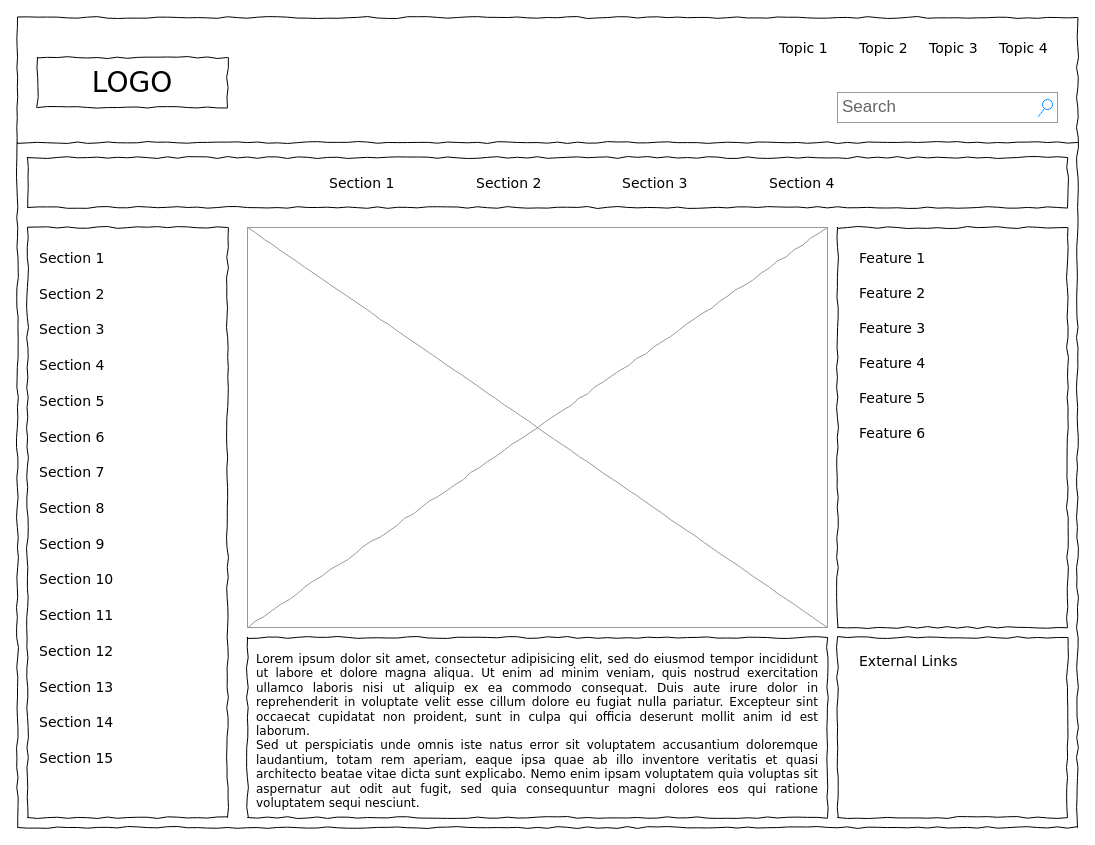
This is page "Page-1" (2 of 2) of gamer.drawio from goldmine/base, a draw.io file, before an edit. Source tidied: cells renumbered, new cells numbered last; positions are measured from the earlier drawing's top-left corner, leaving out a move shared by most shapes. Both pictures are drawn from the tidied source at 100%, with x=0, y=0 at pixel (17, 17).
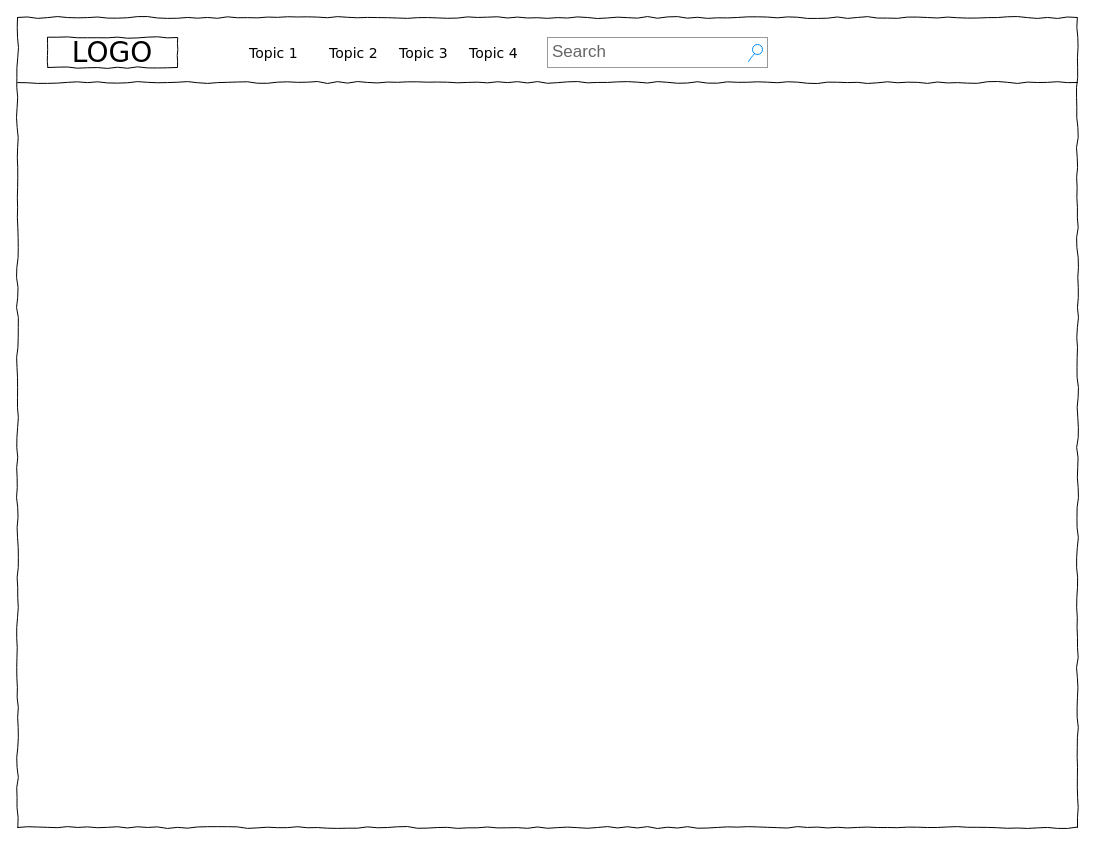
The same page after the edit.

What changed in the source:
```diff
@@
     <mxCell id="3" value="LOGO" style="whiteSpace=wrap;html=1;rounded=0;shadow=0;labelBackgroundColor=none;strokeWidth=1;fontFamily=Verdana;fontSize=28;align=center;comic=1;" parent="1" vertex="1">
-      <mxGeometry x="20" y="40" width="190" height="50" as="geometry" />
+      <mxGeometry x="30" y="20" width="130" height="30" as="geometry" />
     </mxCell>
     <mxCell id="4" value="Search" style="strokeWidth=1;shadow=0;dashed=0;align=center;html=1;shape=mxgraph.mockup.forms.searchBox;strokeColor=#999999;mainText=;strokeColor2=#008cff;fontColor=#666666;fontSize=17;align=left;spacingLeft=3;rounded=0;labelBackgroundColor=none;comic=1;" parent="1" vertex="1">
-      <mxGeometry x="820" y="75" width="220" height="30" as="geometry" />
+      <mxGeometry x="530" y="20" width="220" height="30" as="geometry" />
     </mxCell>
     <mxCell id="5" value="Topic 1" style="text;html=1;align=left;verticalAlign=top;spacingTop=-4;fontSize=14;fontFamily=Verdana;" parent="1" vertex="1">
-      <mxGeometry x="760" y="20" width="60" height="20" as="geometry" />
+      <mxGeometry x="230" y="25" width="60" height="20" as="geometry" />
     </mxCell>
     <mxCell id="6" value="Topic 2" style="text;html=1;align=left;verticalAlign=top;spacingTop=-4;fontSize=14;fontFamily=Verdana;" parent="1" vertex="1">
-      <mxGeometry x="840" y="20" width="60" height="20" as="geometry" />
+      <mxGeometry x="310" y="25" width="60" height="20" as="geometry" />
     </mxCell>
     <mxCell id="7" value="Topic 3" style="text;html=1;align=left;verticalAlign=top;spacingTop=-4;fontSize=14;fontFamily=Verdana;" parent="1" vertex="1">
-      <mxGeometry x="910" y="20" width="60" height="20" as="geometry" />
+      <mxGeometry x="380" y="25" width="60" height="20" as="geometry" />
     </mxCell>
     <mxCell id="8" value="Topic 4" style="text;html=1;align=left;verticalAlign=top;spacingTop=-4;fontSize=14;fontFamily=Verdana;" parent="1" vertex="1">
-      <mxGeometry x="980" y="20" width="60" height="20" as="geometry" />
+      <mxGeometry x="450" y="25" width="60" height="20" as="geometry" />
     </mxCell>
-    <mxCell id="9" style="whiteSpace=wrap;html=1;rounded=0;shadow=0;labelBackgroundColor=none;strokeWidth=1;fillColor=none;fontFamily=Verdana;fontSize=12;align=center;comic=1;" parent="1" vertex="1">
-      <mxGeometry x="10" y="210" width="200" height="590" as="geometry" />
-    </mxCell>
     <mxCell id="10" style="line;strokeWidth=1;html=1;rounded=0;shadow=0;labelBackgroundColor=none;fillColor=none;fontFamily=Verdana;fontSize=14;fontColor=#000000;align=center;comic=1;" parent="1" vertex="1">
-      <mxGeometry y="120" width="1060" height="10" as="geometry" />
+      <mxGeometry y="60" width="1060" height="10" as="geometry" />
     </mxCell>
-    <mxCell id="11" style="whiteSpace=wrap;html=1;rounded=0;shadow=0;labelBackgroundColor=none;strokeWidth=1;fillColor=none;fontFamily=Verdana;fontSize=12;align=center;comic=1;" parent="1" vertex="1">
-      <mxGeometry x="10" y="140" width="1040" height="50" as="geometry" />
-    </mxCell>
-    <mxCell id="12" value="Section 1" style="text;html=1;align=left;verticalAlign=top;spacingTop=-4;fontSize=14;fontFamily=Verdana;" parent="1" vertex="1">
-      <mxGeometry x="310" y="155" width="60" height="20" as="geometry" />
-    </mxCell>
-    <mxCell id="13" value="Section 2" style="text;html=1;align=left;verticalAlign=top;spacingTop=-4;fontSize=14;fontFamily=Verdana;" parent="1" vertex="1">
-      <mxGeometry x="457" y="155" width="60" height="20" as="geometry" />
-    </mxCell>
-    <mxCell id="14" value="Section 3" style="text;html=1;align=left;verticalAlign=top;spacingTop=-4;fontSize=14;fontFamily=Verdana;" parent="1" vertex="1">
-      <mxGeometry x="603" y="155" width="60" height="20" as="geometry" />
-    </mxCell>
-    <mxCell id="15" value="Section 4" style="text;html=1;align=left;verticalAlign=top;spacingTop=-4;fontSize=14;fontFamily=Verdana;" parent="1" vertex="1">
-      <mxGeometry x="750" y="155" width="60" height="20" as="geometry" />
-    </mxCell>
-    <mxCell id="16" value="&lt;div style=&quot;text-align: justify&quot;&gt;&lt;span&gt;Lorem ipsum dolor sit amet, consectetur adipisicing elit, sed do eiusmod tempor incididunt ut labore et dolore magna aliqua. Ut enim ad minim veniam, quis nostrud exercitation ullamco laboris nisi ut aliquip ex ea commodo consequat. Duis aute irure dolor in reprehenderit in voluptate velit esse cillum dolore eu fugiat nulla pariatur. Excepteur sint occaecat cupidatat non proident, sunt in culpa qui officia deserunt mollit anim id est laborum.&lt;/span&gt;&lt;/div&gt;&lt;div style=&quot;text-align: justify&quot;&gt;&lt;span&gt;Sed ut perspiciatis unde omnis iste natus error sit voluptatem accusantium doloremque laudantium, totam rem aperiam, eaque ipsa quae ab illo inventore veritatis et quasi architecto beatae vitae dicta sunt explicabo. Nemo enim ipsam voluptatem quia voluptas sit aspernatur aut odit aut fugit, sed quia consequuntur magni dolores eos qui ratione voluptatem sequi nesciunt.&amp;nbsp;&lt;/span&gt;&lt;/div&gt;" style="whiteSpace=wrap;html=1;rounded=0;shadow=0;labelBackgroundColor=none;strokeWidth=1;fillColor=none;fontFamily=Verdana;fontSize=12;align=center;verticalAlign=top;spacing=10;comic=1;" parent="1" vertex="1">
-      <mxGeometry x="230" y="620" width="580" height="180" as="geometry" />
-    </mxCell>
-    <mxCell id="17" style="verticalLabelPosition=bottom;shadow=0;dashed=0;align=center;html=1;verticalAlign=top;strokeWidth=1;shape=mxgraph.mockup.graphics.simpleIcon;strokeColor=#999999;rounded=0;labelBackgroundColor=none;fontFamily=Verdana;fontSize=14;fontColor=#000000;comic=1;" parent="1" vertex="1">
-      <mxGeometry x="230" y="210" width="580" height="400" as="geometry" />
-    </mxCell>
-    <mxCell id="18" style="whiteSpace=wrap;html=1;rounded=0;shadow=0;labelBackgroundColor=none;strokeWidth=1;fillColor=none;fontFamily=Verdana;fontSize=12;align=center;comic=1;" parent="1" vertex="1">
-      <mxGeometry x="820" y="210" width="230" height="400" as="geometry" />
-    </mxCell>
-    <mxCell id="19" style="whiteSpace=wrap;html=1;rounded=0;shadow=0;labelBackgroundColor=none;strokeWidth=1;fillColor=none;fontFamily=Verdana;fontSize=12;align=center;comic=1;" parent="1" vertex="1">
-      <mxGeometry x="820" y="620" width="230" height="180" as="geometry" />
-    </mxCell>
-    <mxCell id="20" value="Section 1" style="text;html=1;align=left;verticalAlign=top;spacingTop=-4;fontSize=14;fontFamily=Verdana;" parent="1" vertex="1">
-      <mxGeometry x="20" y="230" width="170" height="20" as="geometry" />
-    </mxCell>
-    <mxCell id="21" value="Section 2" style="text;html=1;align=left;verticalAlign=top;spacingTop=-4;fontSize=14;fontFamily=Verdana;" parent="1" vertex="1">
-      <mxGeometry x="20" y="266" width="170" height="20" as="geometry" />
-    </mxCell>
-    <mxCell id="22" value="Section 3" style="text;html=1;align=left;verticalAlign=top;spacingTop=-4;fontSize=14;fontFamily=Verdana;" parent="1" vertex="1">
-      <mxGeometry x="20" y="301" width="170" height="20" as="geometry" />
-    </mxCell>
-    <mxCell id="23" value="Section 4" style="text;html=1;align=left;verticalAlign=top;spacingTop=-4;fontSize=14;fontFamily=Verdana;" parent="1" vertex="1">
-      <mxGeometry x="20" y="337" width="170" height="20" as="geometry" />
-    </mxCell>
-    <mxCell id="24" value="Section 7" style="text;html=1;align=left;verticalAlign=top;spacingTop=-4;fontSize=14;fontFamily=Verdana;" parent="1" vertex="1">
-      <mxGeometry x="20" y="444" width="170" height="20" as="geometry" />
-    </mxCell>
-    <mxCell id="25" value="Section 8" style="text;html=1;align=left;verticalAlign=top;spacingTop=-4;fontSize=14;fontFamily=Verdana;" parent="1" vertex="1">
-      <mxGeometry x="20" y="480" width="170" height="20" as="geometry" />
-    </mxCell>
-    <mxCell id="26" value="Section 9" style="text;html=1;align=left;verticalAlign=top;spacingTop=-4;fontSize=14;fontFamily=Verdana;" parent="1" vertex="1">
-      <mxGeometry x="20" y="516" width="170" height="20" as="geometry" />
-    </mxCell>
-    <mxCell id="27" value="Section 10" style="text;html=1;align=left;verticalAlign=top;spacingTop=-4;fontSize=14;fontFamily=Verdana;" parent="1" vertex="1">
-      <mxGeometry x="20" y="551" width="170" height="20" as="geometry" />
-    </mxCell>
-    <mxCell id="28" value="Section 11" style="text;html=1;align=left;verticalAlign=top;spacingTop=-4;fontSize=14;fontFamily=Verdana;" parent="1" vertex="1">
-      <mxGeometry x="20" y="587" width="170" height="20" as="geometry" />
-    </mxCell>
-    <mxCell id="29" value="Section 12" style="text;html=1;align=left;verticalAlign=top;spacingTop=-4;fontSize=14;fontFamily=Verdana;" parent="1" vertex="1">
-      <mxGeometry x="20" y="623" width="170" height="20" as="geometry" />
-    </mxCell>
-    <mxCell id="30" value="Section 13" style="text;html=1;align=left;verticalAlign=top;spacingTop=-4;fontSize=14;fontFamily=Verdana;" parent="1" vertex="1">
-      <mxGeometry x="20" y="659" width="170" height="20" as="geometry" />
-    </mxCell>
-    <mxCell id="31" value="Section 14" style="text;html=1;align=left;verticalAlign=top;spacingTop=-4;fontSize=14;fontFamily=Verdana;" parent="1" vertex="1">
-      <mxGeometry x="20" y="694" width="170" height="20" as="geometry" />
-    </mxCell>
-    <mxCell id="32" value="Section 5" style="text;html=1;align=left;verticalAlign=top;spacingTop=-4;fontSize=14;fontFamily=Verdana;" parent="1" vertex="1">
-      <mxGeometry x="20" y="373" width="170" height="20" as="geometry" />
-    </mxCell>
-    <mxCell id="33" value="Section 6" style="text;html=1;align=left;verticalAlign=top;spacingTop=-4;fontSize=14;fontFamily=Verdana;" parent="1" vertex="1">
-      <mxGeometry x="20" y="409" width="170" height="20" as="geometry" />
-    </mxCell>
-    <mxCell id="34" value="Section 15" style="text;html=1;align=left;verticalAlign=top;spacingTop=-4;fontSize=14;fontFamily=Verdana;" parent="1" vertex="1">
-      <mxGeometry x="20" y="730" width="170" height="20" as="geometry" />
-    </mxCell>
-    <mxCell id="35" value="External Links" style="text;html=1;align=left;verticalAlign=top;spacingTop=-4;fontSize=14;fontFamily=Verdana;" parent="1" vertex="1">
-      <mxGeometry x="840" y="633" width="170" height="20" as="geometry" />
-    </mxCell>
-    <mxCell id="36" value="Feature 1" style="text;html=1;align=left;verticalAlign=top;spacingTop=-4;fontSize=14;fontFamily=Verdana;" parent="1" vertex="1">
-      <mxGeometry x="840" y="230" width="170" height="20" as="geometry" />
-    </mxCell>
-    <mxCell id="37" value="Feature 2" style="text;html=1;align=left;verticalAlign=top;spacingTop=-4;fontSize=14;fontFamily=Verdana;" parent="1" vertex="1">
-      <mxGeometry x="840" y="265" width="170" height="20" as="geometry" />
-    </mxCell>
-    <mxCell id="38" value="Feature 3" style="text;html=1;align=left;verticalAlign=top;spacingTop=-4;fontSize=14;fontFamily=Verdana;" parent="1" vertex="1">
-      <mxGeometry x="840" y="300" width="170" height="20" as="geometry" />
-    </mxCell>
-    <mxCell id="39" value="Feature 4" style="text;html=1;align=left;verticalAlign=top;spacingTop=-4;fontSize=14;fontFamily=Verdana;" parent="1" vertex="1">
-      <mxGeometry x="840" y="335" width="170" height="20" as="geometry" />
-    </mxCell>
-    <mxCell id="40" value="Feature 5" style="text;html=1;align=left;verticalAlign=top;spacingTop=-4;fontSize=14;fontFamily=Verdana;" parent="1" vertex="1">
-      <mxGeometry x="840" y="370" width="170" height="20" as="geometry" />
-    </mxCell>
-    <mxCell id="41" value="Feature 6" style="text;html=1;align=left;verticalAlign=top;spacingTop=-4;fontSize=14;fontFamily=Verdana;" parent="1" vertex="1">
-      <mxGeometry x="840" y="405" width="170" height="20" as="geometry" />
-    </mxCell>
```
